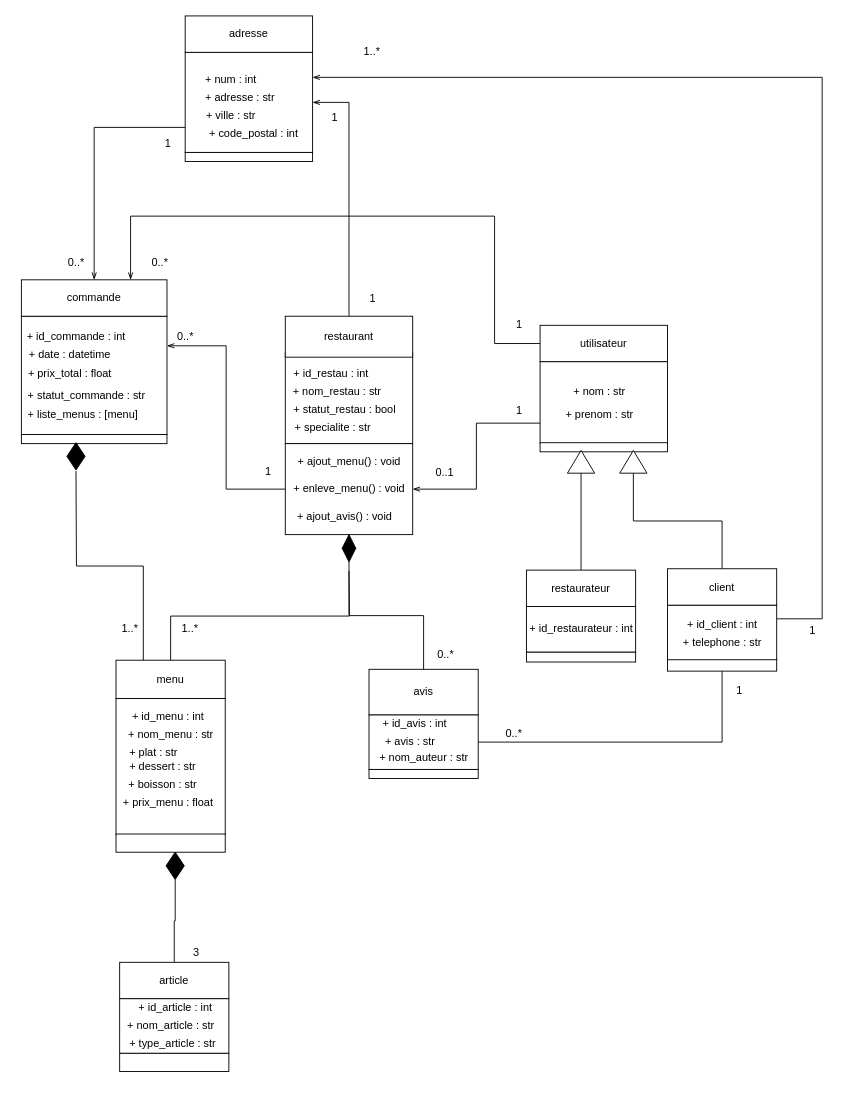
Earlier version of the draw.io diagram diagrammes/diagramme_de_classes.drawio (TheAIWizard/Ensaeats). Source tidied: cells renumbered, new cells numbered last; positions are measured from the earlier drawing's top-left corner, leaving out a move shared by most shapes. Both pictures are drawn from the tidied source at 91%, with x=0, y=0 at pixel (15, 15).
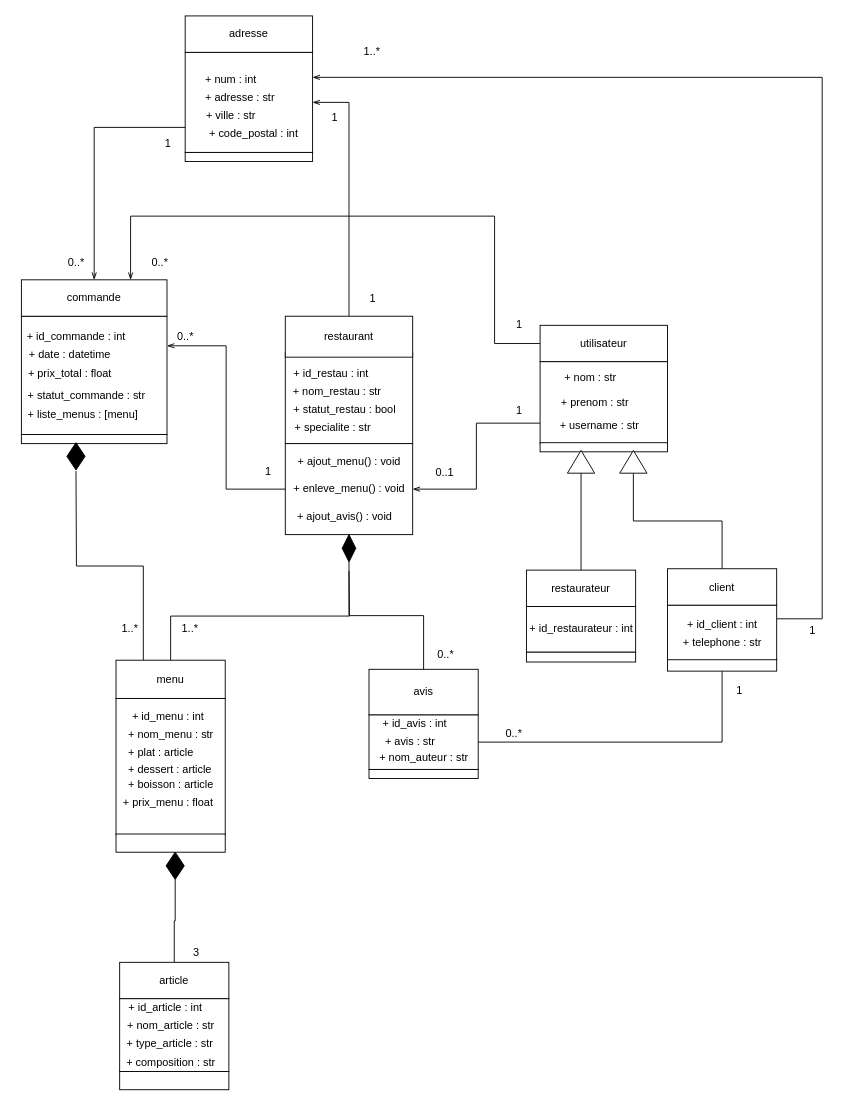
The same diagram, later.

Commit message:
diag class

Diff of the diagram source:
```diff
@@
     <mxCell id="17" value="+ nom : str" style="text;html=1;align=center;verticalAlign=middle;strokeColor=none;" parent="1" vertex="1">
-      <mxGeometry x="606" y="402.5" width="70" height="20" as="geometry" />
+      <mxGeometry x="596" y="388" width="70" height="20" as="geometry" />
     </mxCell>
     <mxCell id="18" value="+ prenom : str" style="text;html=1;align=center;verticalAlign=middle;strokeColor=none;" parent="1" vertex="1">
-      <mxGeometry x="596" y="428" width="90" height="20" as="geometry" />
+      <mxGeometry x="591" y="415" width="90" height="20" as="geometry" />
     </mxCell>
@@
     <mxCell id="77" style="rounded=0;whiteSpace=wrap;html=1;" parent="1" vertex="1">
-      <mxGeometry x="114" y="1080" width="120" height="60" as="geometry" />
+      <mxGeometry x="114" y="1080" width="120" height="80" as="geometry" />
     </mxCell>
     <mxCell id="78" style="rounded=0;whiteSpace=wrap;html=1;" parent="1" vertex="1">
-      <mxGeometry x="114" y="1140" width="120" height="20" as="geometry" />
+      <mxGeometry x="114" y="1160" width="120" height="20" as="geometry" />
     </mxCell>
@@
-    <mxCell id="89" value="+ plat : str" style="text;html=1;align=center;verticalAlign=middle;strokeColor=none;" parent="1" vertex="1">
-      <mxGeometry x="116" y="800" width="70" height="20" as="geometry" />
+    <mxCell id="89" value="+ plat : article" style="text;html=1;align=center;verticalAlign=middle;strokeColor=none;" parent="1" vertex="1">
+      <mxGeometry x="114" y="800" width="90" height="20" as="geometry" />
     </mxCell>
-    <mxCell id="90" value="+ dessert : str" style="text;html=1;align=center;verticalAlign=middle;strokeColor=none;" parent="1" vertex="1">
-      <mxGeometry x="116" y="815" width="90" height="20" as="geometry" />
+    <mxCell id="90" value="+ dessert : article" style="text;html=1;align=center;verticalAlign=middle;strokeColor=none;" parent="1" vertex="1">
+      <mxGeometry x="114" y="818" width="110" height="20" as="geometry" />
     </mxCell>
-    <mxCell id="91" value="+ boisson : str" style="text;html=1;align=center;verticalAlign=middle;strokeColor=none;" parent="1" vertex="1">
-      <mxGeometry x="116" y="835" width="90" height="20" as="geometry" />
+    <mxCell id="91" value="+ boisson : article" style="text;html=1;align=center;verticalAlign=middle;strokeColor=none;" parent="1" vertex="1">
+      <mxGeometry x="115" y="835" width="110" height="20" as="geometry" />
     </mxCell>
@@
     <mxCell id="94" value="+ id_article : int" style="text;html=1;align=center;verticalAlign=middle;strokeColor=none;" parent="1" vertex="1">
-      <mxGeometry x="125" y="1080" width="100" height="20" as="geometry" />
+      <mxGeometry x="114" y="1080" width="100" height="20" as="geometry" />
     </mxCell>
@@
     <mxCell id="96" value="+ type_article : str" style="text;html=1;align=center;verticalAlign=middle;strokeColor=none;" parent="1" vertex="1">
-      <mxGeometry x="116.5" y="1120" width="110" height="20" as="geometry" />
+      <mxGeometry x="114" y="1120" width="110" height="20" as="geometry" />
     </mxCell>
@@
+    <mxCell id="101" value="+ composition : str" style="text;html=1;align=center;verticalAlign=middle;strokeColor=none;" parent="1" vertex="1">
+      <mxGeometry x="115" y="1140" width="110" height="20" as="geometry" />
+    </mxCell>
+    <mxCell id="102" value="+ username : str" style="text;html=1;align=center;verticalAlign=middle;strokeColor=none;" parent="1" vertex="1">
+      <mxGeometry x="591" y="440" width="100" height="20" as="geometry" />
+    </mxCell>
```
